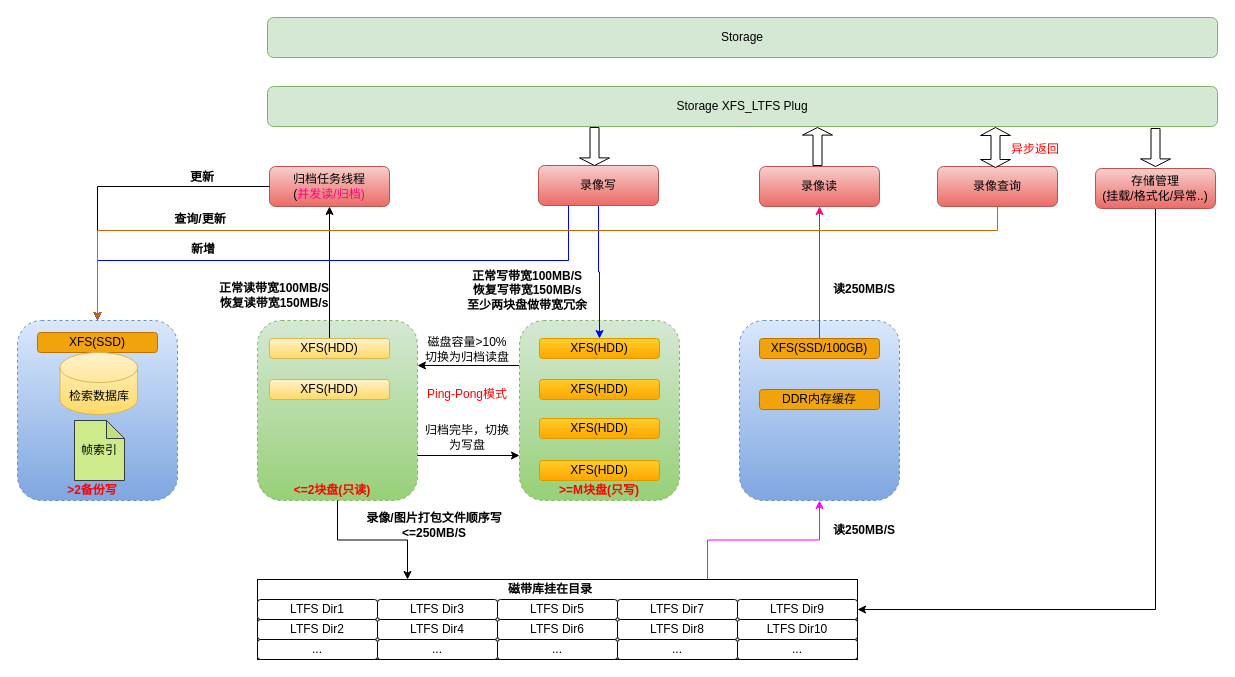
Earlier version of the draw.io diagram Cidai.drawio (snowolfhawk/ceph-scripts). Source tidied: cells renumbered, new cells numbered last; positions are measured from the earlier drawing's top-left corner, leaving out a move shared by most shapes. Both pictures are drawn from the tidied source at 100%, with x=0, y=0 at pixel (17, 17).
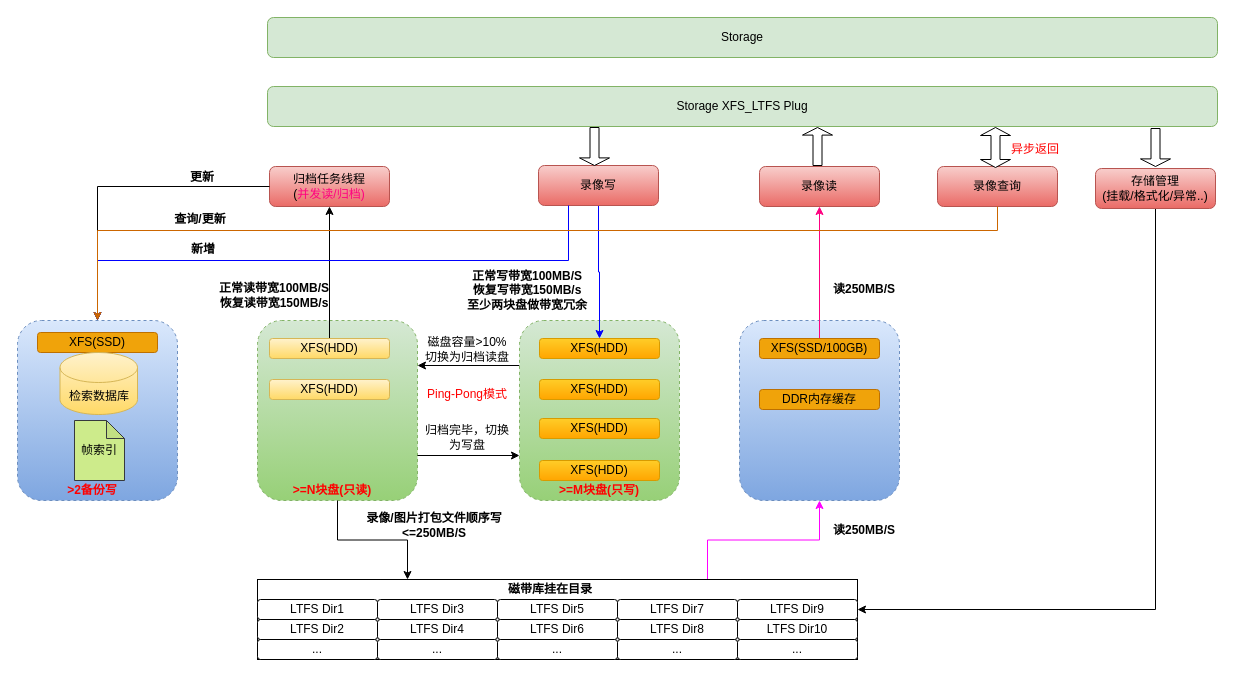
Above is the later version.

The change refers to these unchanged cells:
```xml
<mxCell id="2" style="group;" parent="1" vertex="1">
  <mxGeometry width="1200" height="642" as="geometry" />
</mxCell>
```

Change to the diagram source:
```diff
@@
-    <mxCell id="45" value="&lt;b&gt;&lt;font color=&quot;#ff0000&quot;&gt;&amp;lt;=2块盘(只读)&lt;/font&gt;&lt;/b&gt;" style="text;html=1;strokeColor=none;fillColor=none;align=center;verticalAlign=middle;whiteSpace=wrap;rounded=0;" parent="2" vertex="1">
+    <mxCell id="45" value="&lt;b&gt;&lt;font color=&quot;#ff0000&quot;&gt;&amp;gt;=N块盘(只读)&lt;/font&gt;&lt;/b&gt;" style="text;html=1;strokeColor=none;fillColor=none;align=center;verticalAlign=middle;whiteSpace=wrap;rounded=0;" parent="2" vertex="1">
       <mxGeometry x="270" y="463" width="90" height="20" as="geometry" />
     </mxCell>
```
